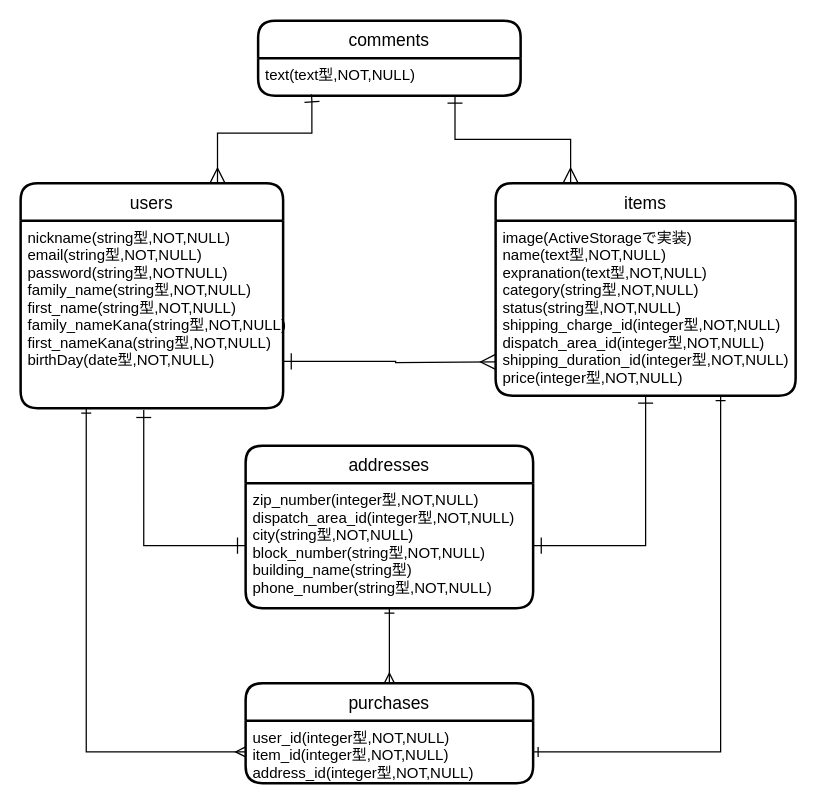
Before: er.dio in Nock32/furima-31524, a draw.io diagram. Source tidied: cells renumbered, new cells numbered last; positions are measured from the earlier drawing's top-left corner, leaving out a move shared by most shapes. Both pictures are drawn from the tidied source at 125%, with x=0, y=0 at pixel (20, 20).
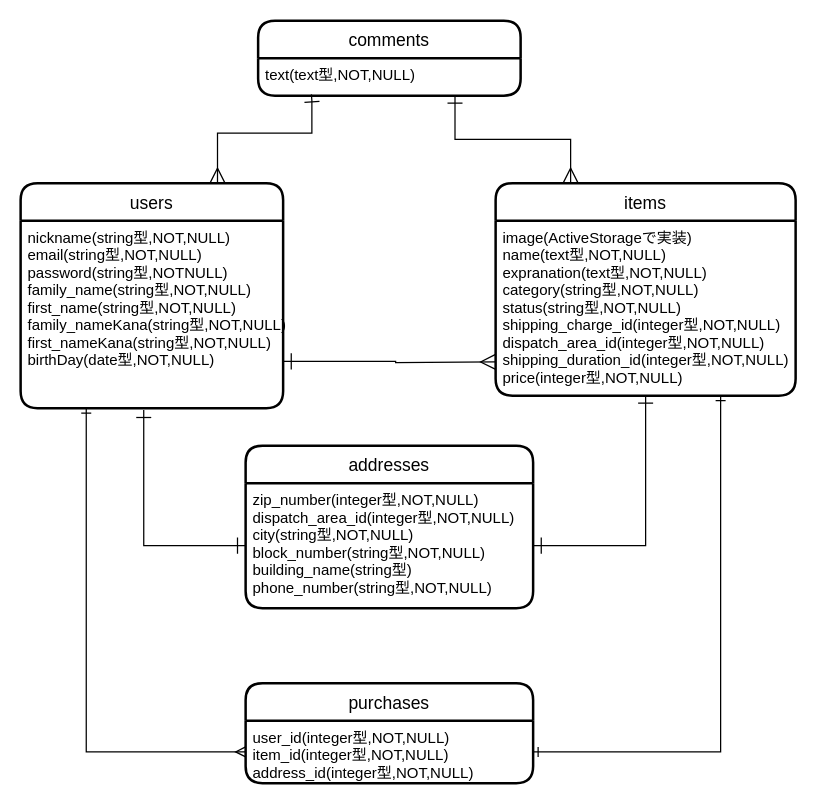
After the change.

Unchanged cells that the change refers to:
```xml
<mxCell id="8" value="zip_number(integer型,NOT,NULL)&#10;dispatch_area_id(integer型,NOT,NULL)&#10;city(string型,NOT,NULL)&#10;block_number(string型,NOT,NULL)&#10;building_name(string型)&#10;phone_number(string型,NOT,NULL)" style="align=left;strokeColor=none;fillColor=none;spacingLeft=4;fontSize=12;verticalAlign=top;" parent="7" vertex="1">
  <mxGeometry y="30" width="230" height="100" as="geometry" />
</mxCell>
<mxCell id="16" value="purchases" style="swimlane;horizontal=1;startSize=30;rounded=1;fontSize=14;fontStyle=0;strokeWidth=2;shadow=0;dashed=0;align=center;" parent="1" vertex="1">
  <mxGeometry x="180" y="530" width="230" height="80" as="geometry" />
</mxCell>
```

Change to the diagram source:
```diff
@@
-    <mxCell id="15" style="edgeStyle=orthogonalEdgeStyle;rounded=0;jettySize=auto;html=1;exitX=0.5;exitY=0;exitDx=0;exitDy=0;entryX=0.5;entryY=1;entryDx=0;entryDy=0;startArrow=ERmany;startFill=0;endArrow=ERone;endFill=0;" parent="1" edge="1" source="16" target="8">
-      <mxGeometry relative="1" as="geometry" />
-    </mxCell>
```
